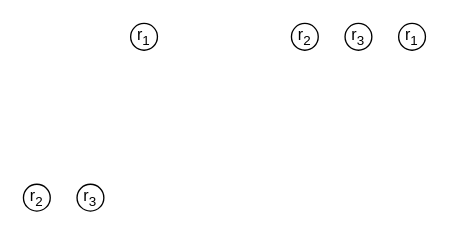
Before: SSYNC FSYNC.drawio in UberPanda/Stuff, a draw.io diagram. Source tidied: cells renumbered, new cells numbered last; positions are measured from the earlier drawing's top-left corner, leaving out a move shared by most shapes. Both pictures are drawn from the tidied source at 134%, with x=0, y=0 at pixel (23, 23).
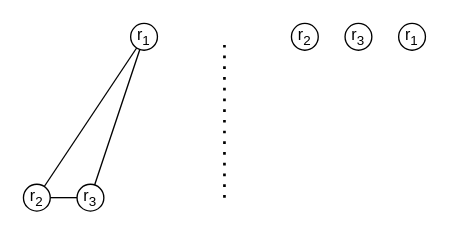
The same page after the edit.

What changed in the source:
```diff
@@
 <mxGraphModel>
   <root>
     <mxCell id="0" />
     <mxCell id="1" parent="0" />
     <mxCell id="2" value="r&lt;sub&gt;1&lt;/sub&gt;" style="ellipse;whiteSpace=wrap;html=1;" parent="1" vertex="1">
       <mxGeometry x="80" width="20" height="20" as="geometry" />
     </mxCell>
+    <mxCell id="8" style="edgeStyle=orthogonalEdgeStyle;rounded=0;jettySize=auto;html=1;exitX=1;exitY=0.5;exitDx=0;exitDy=0;entryX=0;entryY=0.5;entryDx=0;entryDy=0;endArrow=none;endFill=0;" parent="1" edge="1" source="3" target="4">
+      <mxGeometry relative="1" as="geometry" />
+    </mxCell>
     <mxCell id="3" value="r&lt;sub&gt;2&lt;/sub&gt;" style="ellipse;whiteSpace=wrap;html=1;" parent="1" vertex="1">
       <mxGeometry y="120" width="20" height="20" as="geometry" />
     </mxCell>
     <mxCell id="4" value="r&lt;sub&gt;3&lt;/sub&gt;" style="ellipse;whiteSpace=wrap;html=1;" parent="1" vertex="1">
       <mxGeometry x="40" y="120" width="20" height="20" as="geometry" />
     </mxCell>
     <mxCell id="5" value="r&lt;sub&gt;1&lt;/sub&gt;" style="ellipse;whiteSpace=wrap;html=1;" parent="1" vertex="1">
       <mxGeometry x="280" width="20" height="20" as="geometry" />
     </mxCell>
     <mxCell id="6" value="r&lt;sub&gt;2&lt;/sub&gt;" style="ellipse;whiteSpace=wrap;html=1;" parent="1" vertex="1">
       <mxGeometry x="200" width="20" height="20" as="geometry" />
     </mxCell>
     <mxCell id="7" value="r&lt;sub&gt;3&lt;/sub&gt;" style="ellipse;whiteSpace=wrap;html=1;" parent="1" vertex="1">
       <mxGeometry x="240" width="20" height="20" as="geometry" />
     </mxCell>
+    <mxCell id="9" style="endArrow=none;html=1;" parent="1" edge="1" source="3" target="2">
+      <mxGeometry relative="1" as="geometry" />
+    </mxCell>
+    <mxCell id="10" style="endArrow=none;html=1;" parent="1" edge="1" source="4" target="2">
+      <mxGeometry relative="1" as="geometry" />
+    </mxCell>
+    <mxCell id="11" style="endArrow=none;dashed=1;html=1;dashPattern=1 3;strokeWidth=2;" parent="1" edge="1">
+      <mxGeometry relative="1" as="geometry">
+        <mxPoint x="150" y="130" as="sourcePoint" />
+        <mxPoint x="150" y="10" as="targetPoint" />
+      </mxGeometry>
+    </mxCell>
   </root>
 </mxGraphModel>
```
